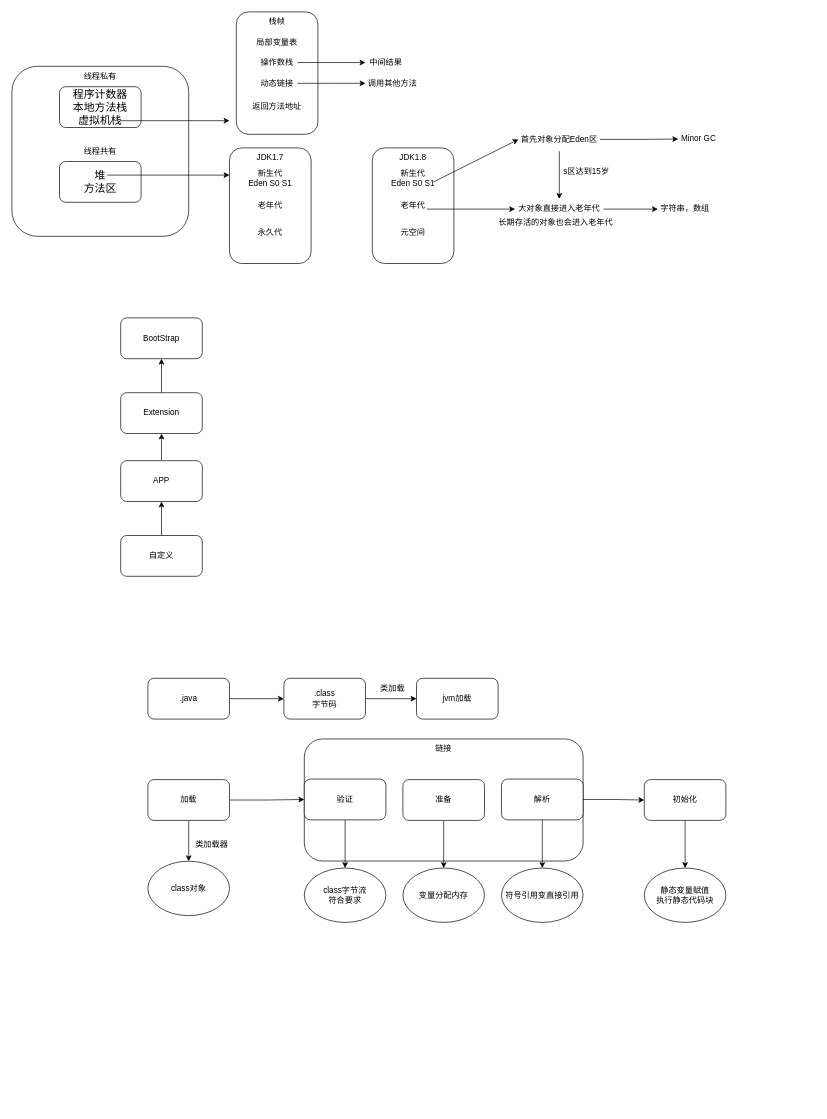
Above: JVM.drawio in 1155200424/diagrams (draw.io), before the change. Source tidied: cells renumbered, new cells numbered last; positions are measured from the earlier drawing's top-left corner, leaving out a move shared by most shapes. Both pictures are drawn from the tidied source at 68%, with x=0, y=0 at pixel (12, 12).
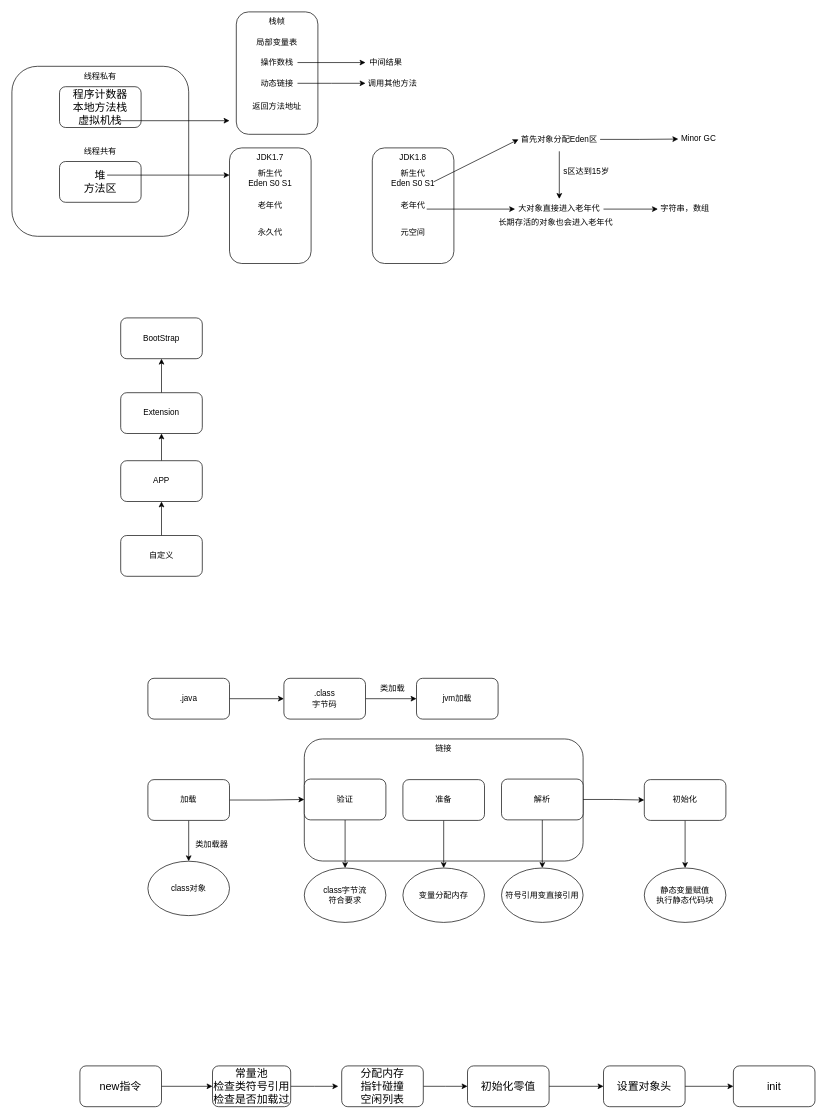
After the change.

Change to the diagram source:
```diff
@@
+    <mxCell id="73" style="edgeStyle=orthogonalEdgeStyle;rounded=0;jettySize=auto;html=1;exitX=1;exitY=0.5;exitDx=0;exitDy=0;entryX=0;entryY=0.5;entryDx=0;entryDy=0;" parent="1" edge="1" source="74" target="76">
+      <mxGeometry relative="1" as="geometry" />
+    </mxCell>
+    <mxCell id="74" value="new指令" style="rounded=1;whiteSpace=wrap;html=1;fontSize=16;fontStyle=0;" parent="1" vertex="1">
+      <mxGeometry x="100" y="1550" width="120" height="60" as="geometry" />
+    </mxCell>
+    <mxCell id="75" style="edgeStyle=orthogonalEdgeStyle;rounded=0;jettySize=auto;html=1;exitX=1;exitY=0.5;exitDx=0;exitDy=0;" parent="1" edge="1" source="76">
+      <mxGeometry relative="1" as="geometry">
+        <mxPoint x="480" y="1580" as="targetPoint" />
+      </mxGeometry>
+    </mxCell>
+    <mxCell id="76" value="常量池&lt;div&gt;检查类符号引用&lt;/div&gt;&lt;div&gt;检查是否加载过&lt;/div&gt;" style="rounded=1;whiteSpace=wrap;html=1;fontSize=16;fontStyle=0;" parent="1" vertex="1">
+      <mxGeometry x="295" y="1550" width="115" height="60" as="geometry" />
+    </mxCell>
+    <mxCell id="77" style="edgeStyle=orthogonalEdgeStyle;rounded=0;jettySize=auto;html=1;exitX=1;exitY=0.5;exitDx=0;exitDy=0;" parent="1" edge="1" source="78">
+      <mxGeometry relative="1" as="geometry">
+        <mxPoint x="670" y="1580" as="targetPoint" />
+      </mxGeometry>
+    </mxCell>
+    <mxCell id="78" value="分配内存&lt;div&gt;指针碰撞&lt;/div&gt;&lt;div&gt;空闲列表&lt;/div&gt;" style="rounded=1;whiteSpace=wrap;html=1;fontSize=16;" parent="1" vertex="1">
+      <mxGeometry x="485" y="1550" width="120" height="60" as="geometry" />
+    </mxCell>
+    <mxCell id="79" style="edgeStyle=orthogonalEdgeStyle;rounded=0;jettySize=auto;html=1;exitX=1;exitY=0.5;exitDx=0;exitDy=0;" parent="1" edge="1" source="80" target="82">
+      <mxGeometry relative="1" as="geometry" />
+    </mxCell>
+    <mxCell id="80" value="初始化零值" style="rounded=1;whiteSpace=wrap;html=1;fontSize=16;" parent="1" vertex="1">
+      <mxGeometry x="670" y="1550" width="120" height="60" as="geometry" />
+    </mxCell>
+    <mxCell id="81" style="edgeStyle=orthogonalEdgeStyle;rounded=0;jettySize=auto;html=1;exitX=1;exitY=0.5;exitDx=0;exitDy=0;" parent="1" edge="1" source="82" target="83">
+      <mxGeometry relative="1" as="geometry" />
+    </mxCell>
+    <mxCell id="82" value="设置对象头" style="rounded=1;whiteSpace=wrap;html=1;fontSize=16;" parent="1" vertex="1">
+      <mxGeometry x="870" y="1550" width="120" height="60" as="geometry" />
+    </mxCell>
+    <mxCell id="83" value="init" style="rounded=1;whiteSpace=wrap;html=1;fontSize=16;" parent="1" vertex="1">
+      <mxGeometry x="1061" y="1550" width="120" height="60" as="geometry" />
+    </mxCell>
```
